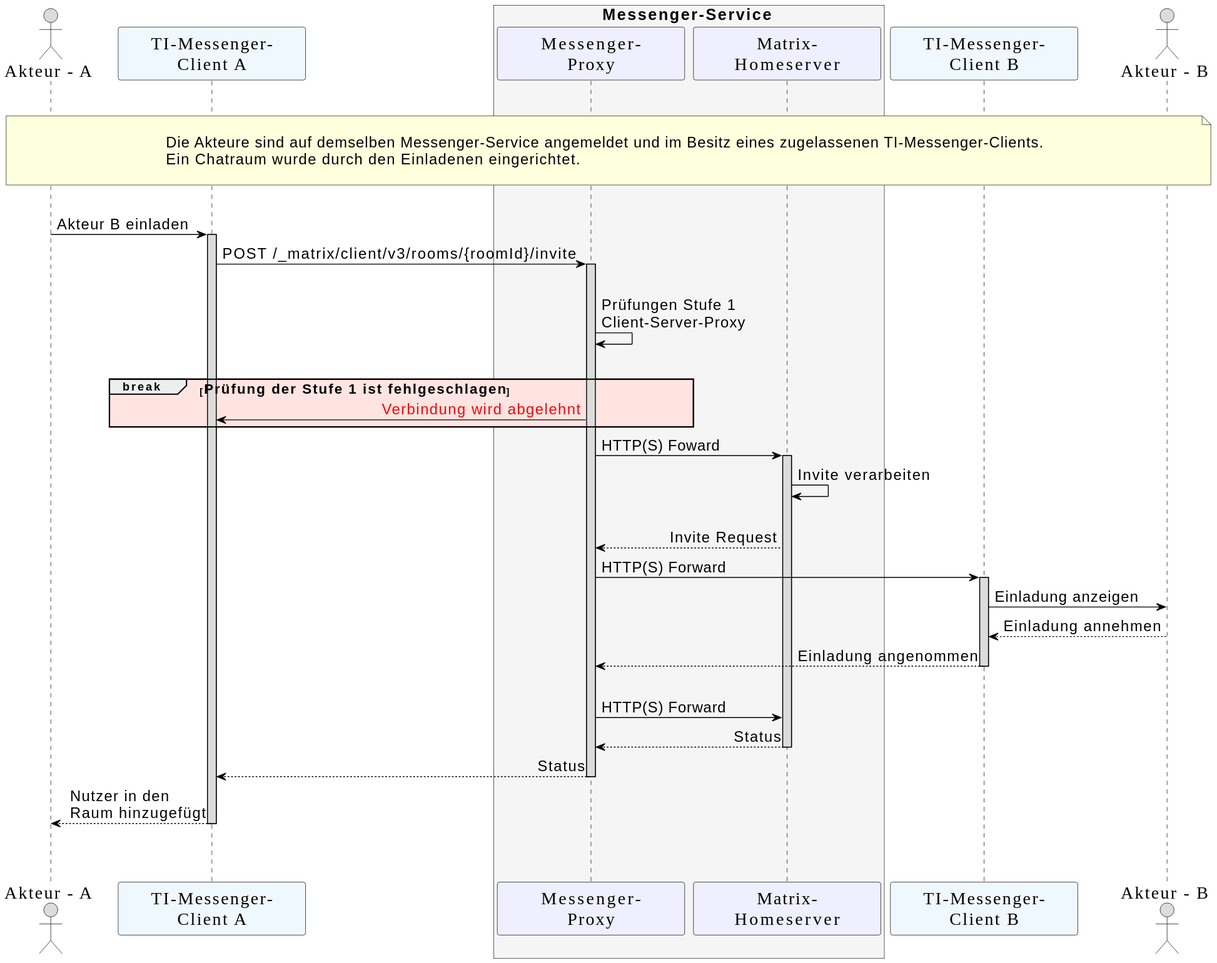
gematik/api-ti-messenger keeps this PlantUML diagram as images/diagrams/TI-M_ePA/UC_10104_Seq_fdv.svg. Above is the earlier version.
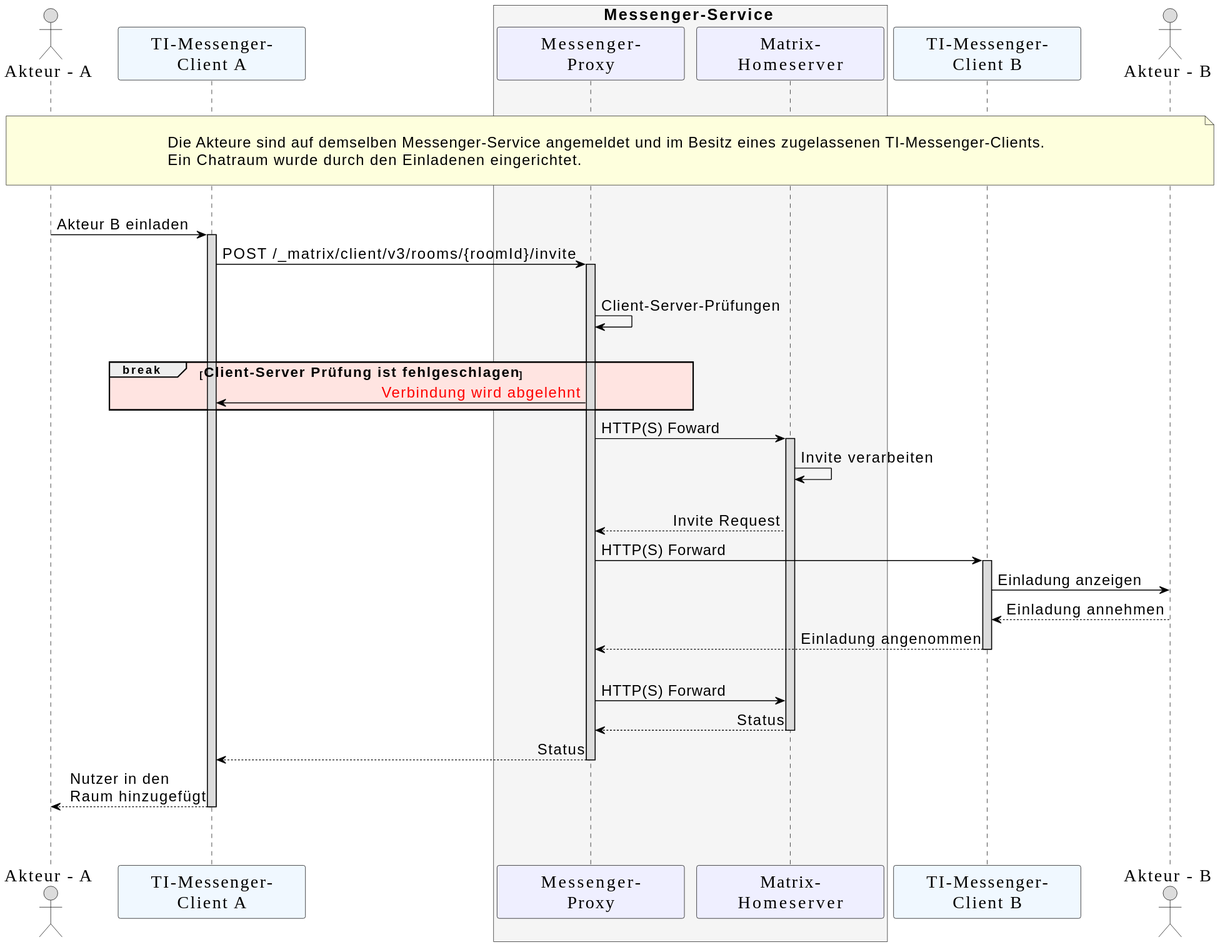
The same diagram one commit later.

Diff of the diagram source:
```diff
@@ -42,9 +42,9 @@
     C1->MP: POST  /_matrix/client/v3/rooms/{roomId}/invite
     activate MP
     |||
-      MP->MP: Prüfungen Stufe 1\nClient-Server-Proxy
+      MP->MP: Client-Server-Prüfungen
     |||
-    break #MistyRose <size:16>Prüfung der Stufe 1 ist fehlgeschlagen</size>
+    break #MistyRose <size:16>Client-Server Prüfung ist fehlgeschlagen</size>
     MP->C1: <font color=red>Verbindung wird abgelehnt</font>
     end
 
```
